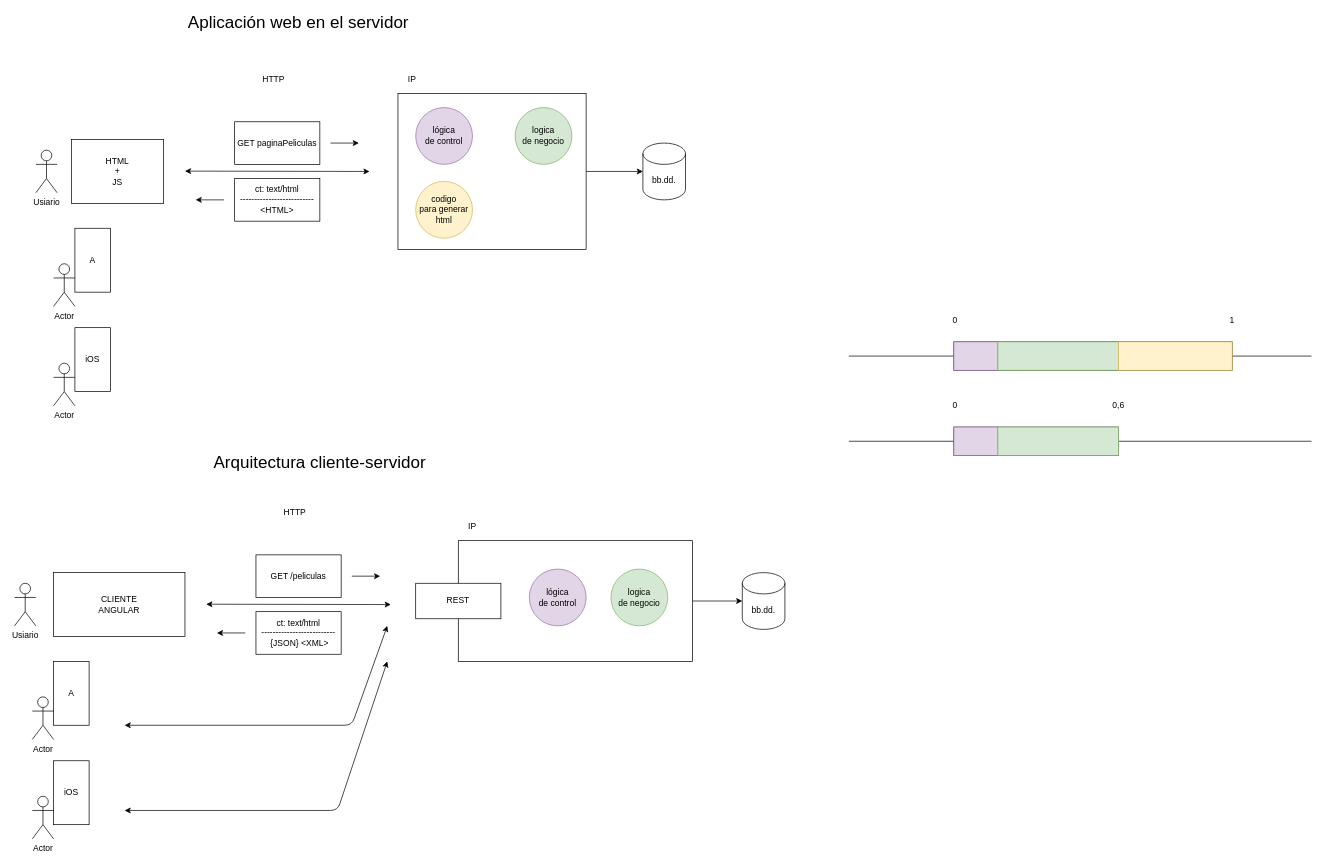
Above: page "Página-11" (11 of 23) of dibujos.drawio in lrag/MEAN_2021_2 (draw.io), before the change. Source tidied: cells renumbered, new cells numbered last; positions are measured from the earlier drawing's top-left corner, leaving out a move shared by most shapes. Both pictures are drawn from the tidied source at 71%, with x=0, y=0 at pixel (14, 15).
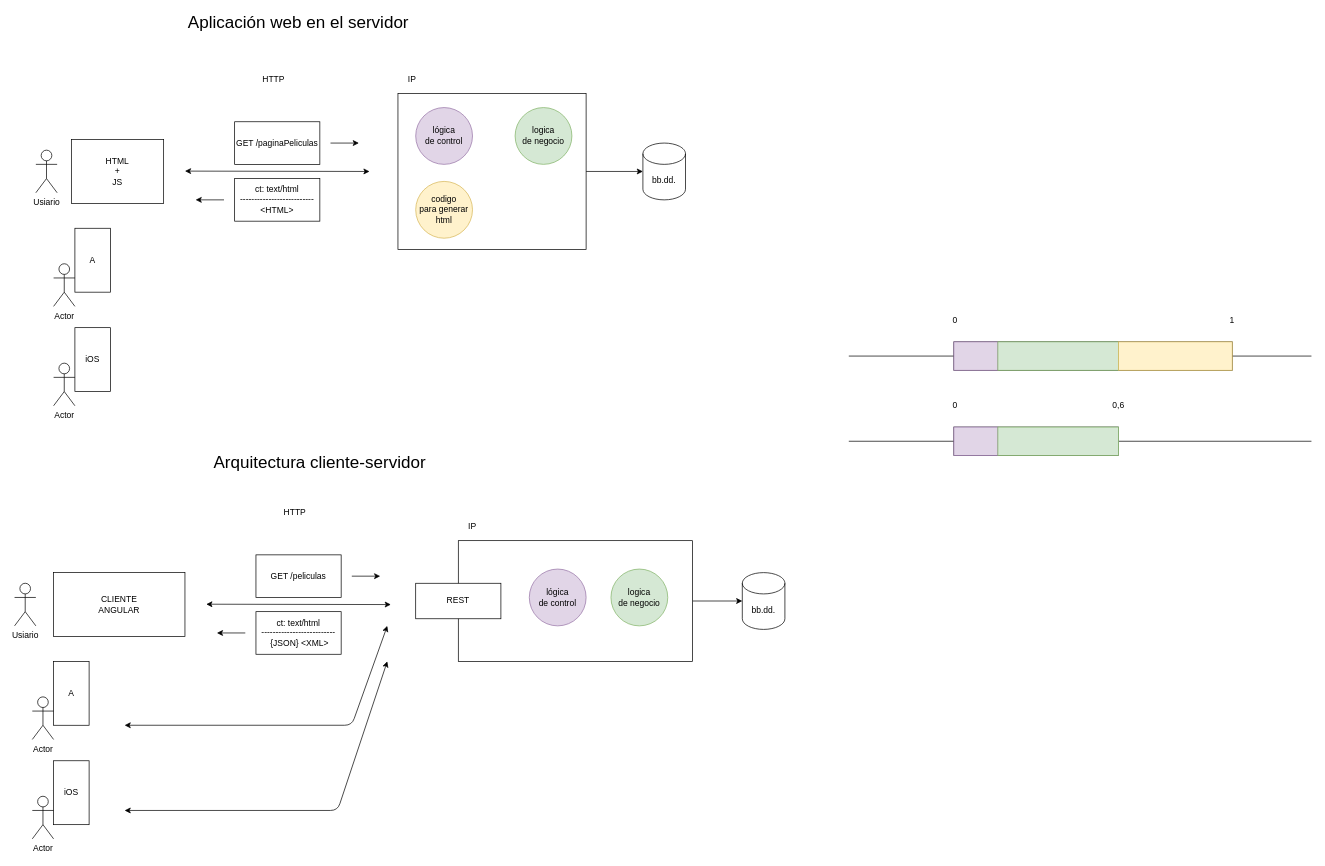
The same page after the edit.

Change to the diagram source:
```diff
@@
-    <mxCell id="9" value="GET paginaPeliculas" style="rounded=0;whiteSpace=wrap;html=1;strokeWidth=1;fillColor=none;" parent="1" vertex="1">
+    <mxCell id="9" value="GET /paginaPeliculas" style="rounded=0;whiteSpace=wrap;html=1;strokeWidth=1;fillColor=none;" parent="1" vertex="1">
       <mxGeometry x="310" y="150" width="120" height="60" as="geometry" />
     </mxCell>
```
